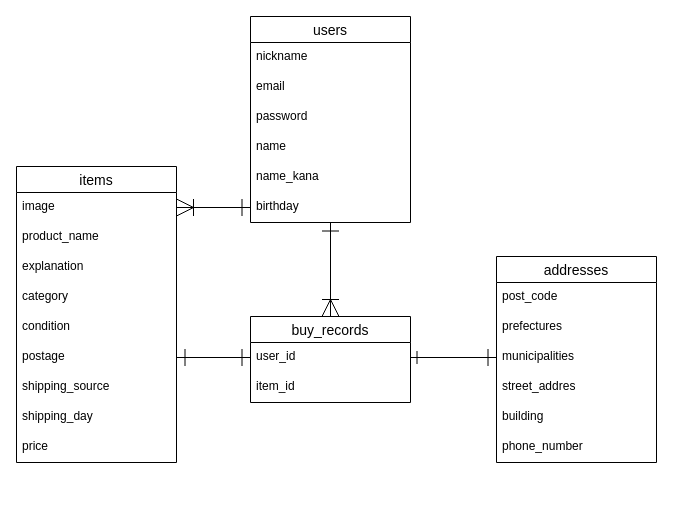
matsumotoyousuke/furima-39307 keeps this draw.io diagram as furima-39307.dio. Above is the earlier version. Source tidied: cells renumbered, new cells numbered last; positions are measured from the earlier drawing's top-left corner, leaving out a move shared by most shapes. Both pictures are drawn from the tidied source at 100%, with x=0, y=0 at pixel (16, 16).
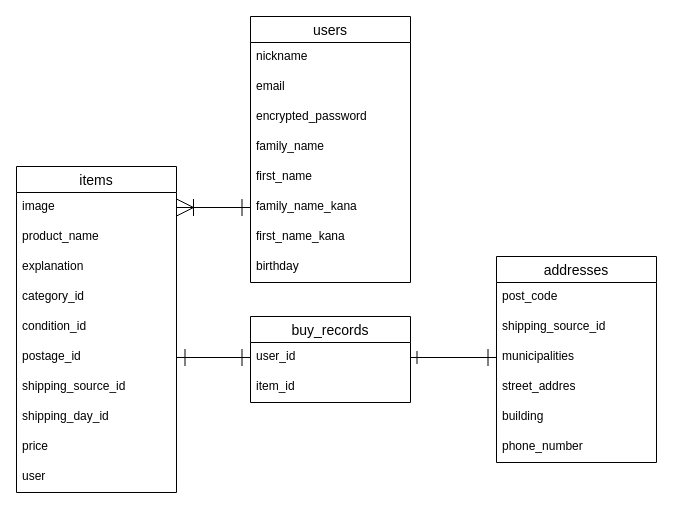
Above is the later version.

Commit message (it also covers changes not shown here):
ER図、README修正(2)

The change refers to these unchanged cells:
```xml
<mxCell id="20" value="buy_records" style="swimlane;fontStyle=0;horizontal=1;startSize=26;align=center;fontSize=14;labelBorderColor=none;" parent="1" vertex="1">
  <mxGeometry x="234" y="300" width="160" height="86" as="geometry" />
</mxCell>
<mxCell id="23" value="addresses" style="swimlane;fontStyle=0;horizontal=1;startSize=26;align=center;fontSize=14;labelBorderColor=none;" parent="1" vertex="1">
  <mxGeometry x="480" y="240" width="160" height="206" as="geometry" />
</mxCell>
```

Change to the diagram source:
```diff
@@
     <mxCell id="2" value="users" style="swimlane;fontStyle=0;horizontal=1;startSize=26;align=center;fontSize=14;" parent="1" vertex="1">
-      <mxGeometry x="234" width="160" height="206" as="geometry" />
+      <mxGeometry x="234" width="160" height="266" as="geometry" />
     </mxCell>
@@
-    <mxCell id="5" value="password" style="text;strokeColor=none;fillColor=none;spacingLeft=4;spacingRight=4;overflow=hidden;fontSize=12;labelBorderColor=none;" parent="2" vertex="1">
+    <mxCell id="5" value="encrypted_password" style="text;strokeColor=none;fillColor=none;spacingLeft=4;spacingRight=4;overflow=hidden;fontSize=12;labelBorderColor=none;" parent="2" vertex="1">
       <mxGeometry y="86" width="160" height="30" as="geometry" />
     </mxCell>
-    <mxCell id="6" value="name" style="text;strokeColor=none;fillColor=none;spacingLeft=4;spacingRight=4;overflow=hidden;fontSize=12;" parent="2" vertex="1">
+    <mxCell id="6" value="family_name" style="text;strokeColor=none;fillColor=none;spacingLeft=4;spacingRight=4;overflow=hidden;fontSize=12;" parent="2" vertex="1">
       <mxGeometry y="116" width="160" height="30" as="geometry" />
     </mxCell>
-    <mxCell id="7" value="name_kana" style="text;strokeColor=none;fillColor=none;spacingLeft=4;spacingRight=4;overflow=hidden;fontSize=12;" parent="2" vertex="1">
+    <mxCell id="7" value="first_name" style="text;strokeColor=none;fillColor=none;spacingLeft=4;spacingRight=4;overflow=hidden;fontSize=12;" parent="2" vertex="1">
       <mxGeometry y="146" width="160" height="30" as="geometry" />
     </mxCell>
-    <mxCell id="8" value="birthday" style="text;strokeColor=none;fillColor=none;spacingLeft=4;spacingRight=4;overflow=hidden;points=[[0,0.5],[1,0.5]];portConstraint=eastwest;fontSize=12;" parent="2" vertex="1">
+    <mxCell id="8" value="family_name_kana" style="text;strokeColor=none;fillColor=none;spacingLeft=4;spacingRight=4;overflow=hidden;points=[[0,0.5],[1,0.5]];portConstraint=eastwest;fontSize=12;" parent="2" vertex="1">
       <mxGeometry y="176" width="160" height="30" as="geometry" />
     </mxCell>
+    <mxCell id="33" value="first_name_kana" style="text;strokeColor=none;fillColor=none;spacingLeft=4;spacingRight=4;overflow=hidden;fontSize=12;" parent="2" vertex="1">
+      <mxGeometry y="206" width="160" height="30" as="geometry" />
+    </mxCell>
+    <mxCell id="34" value="birthday" style="text;strokeColor=none;fillColor=none;spacingLeft=4;spacingRight=4;overflow=hidden;fontSize=12;" parent="2" vertex="1">
+      <mxGeometry y="236" width="160" height="30" as="geometry" />
+    </mxCell>
     <mxCell id="9" value="items" style="swimlane;fontStyle=0;horizontal=1;startSize=26;align=center;fontSize=14;labelBorderColor=none;" parent="1" vertex="1">
-      <mxGeometry y="150" width="160" height="296" as="geometry" />
+      <mxGeometry y="150" width="160" height="326" as="geometry" />
     </mxCell>
@@
-    <mxCell id="13" value="category" style="text;strokeColor=none;fillColor=none;spacingLeft=4;spacingRight=4;overflow=hidden;fontSize=12;labelBorderColor=none;" parent="9" vertex="1">
+    <mxCell id="13" value="category_id" style="text;strokeColor=none;fillColor=none;spacingLeft=4;spacingRight=4;overflow=hidden;fontSize=12;labelBorderColor=none;" parent="9" vertex="1">
       <mxGeometry y="116" width="160" height="30" as="geometry" />
     </mxCell>
-    <mxCell id="14" value="condition" style="text;strokeColor=none;fillColor=none;spacingLeft=4;spacingRight=4;overflow=hidden;fontSize=12;labelBorderColor=none;" parent="9" vertex="1">
+    <mxCell id="14" value="condition_id" style="text;strokeColor=none;fillColor=none;spacingLeft=4;spacingRight=4;overflow=hidden;fontSize=12;labelBorderColor=none;" parent="9" vertex="1">
       <mxGeometry y="146" width="160" height="30" as="geometry" />
     </mxCell>
-    <mxCell id="15" value="postage" style="text;strokeColor=none;fillColor=none;spacingLeft=4;spacingRight=4;overflow=hidden;points=[[0,0.5],[1,0.5]];portConstraint=eastwest;fontSize=12;labelBorderColor=none;" parent="9" vertex="1">
+    <mxCell id="15" value="postage_id" style="text;strokeColor=none;fillColor=none;spacingLeft=4;spacingRight=4;overflow=hidden;points=[[0,0.5],[1,0.5]];portConstraint=eastwest;fontSize=12;labelBorderColor=none;" parent="9" vertex="1">
       <mxGeometry y="176" width="160" height="30" as="geometry" />
     </mxCell>
-    <mxCell id="16" value="shipping_source" style="text;strokeColor=none;fillColor=none;spacingLeft=4;spacingRight=4;overflow=hidden;fontSize=12;labelBorderColor=none;" parent="9" vertex="1">
+    <mxCell id="16" value="shipping_source_id" style="text;strokeColor=none;fillColor=none;spacingLeft=4;spacingRight=4;overflow=hidden;fontSize=12;labelBorderColor=none;" parent="9" vertex="1">
       <mxGeometry y="206" width="160" height="30" as="geometry" />
     </mxCell>
-    <mxCell id="17" value="shipping_day" style="text;strokeColor=none;fillColor=none;spacingLeft=4;spacingRight=4;overflow=hidden;fontSize=12;labelBorderColor=none;" parent="9" vertex="1">
+    <mxCell id="17" value="shipping_day_id" style="text;strokeColor=none;fillColor=none;spacingLeft=4;spacingRight=4;overflow=hidden;fontSize=12;labelBorderColor=none;" parent="9" vertex="1">
       <mxGeometry y="236" width="160" height="30" as="geometry" />
     </mxCell>
@@
-    <mxCell id="19" style="edgeStyle=none;html=1;exitX=0.5;exitY=0;exitDx=0;exitDy=0;entryX=0.5;entryY=1;entryDx=0;entryDy=0;startArrow=ERoneToMany;startFill=0;endArrow=ERone;endFill=0;startSize=15;endSize=15;" parent="1" edge="1" source="20" target="2">
-      <mxGeometry relative="1" as="geometry" />
-    </mxCell>
+    <mxCell id="35" value="user" style="text;strokeColor=none;fillColor=none;spacingLeft=4;spacingRight=4;overflow=hidden;fontSize=12;" parent="9" vertex="1">
+      <mxGeometry y="296" width="160" height="30" as="geometry" />
+    </mxCell>
@@
-    <mxCell id="25" value="prefectures" style="text;strokeColor=none;fillColor=none;spacingLeft=4;spacingRight=4;overflow=hidden;fontSize=12;labelBorderColor=none;" parent="23" vertex="1">
+    <mxCell id="25" value="shipping_source_id" style="text;strokeColor=none;fillColor=none;spacingLeft=4;spacingRight=4;overflow=hidden;fontSize=12;labelBorderColor=none;" parent="23" vertex="1">
       <mxGeometry y="56" width="160" height="30" as="geometry" />
     </mxCell>
```
